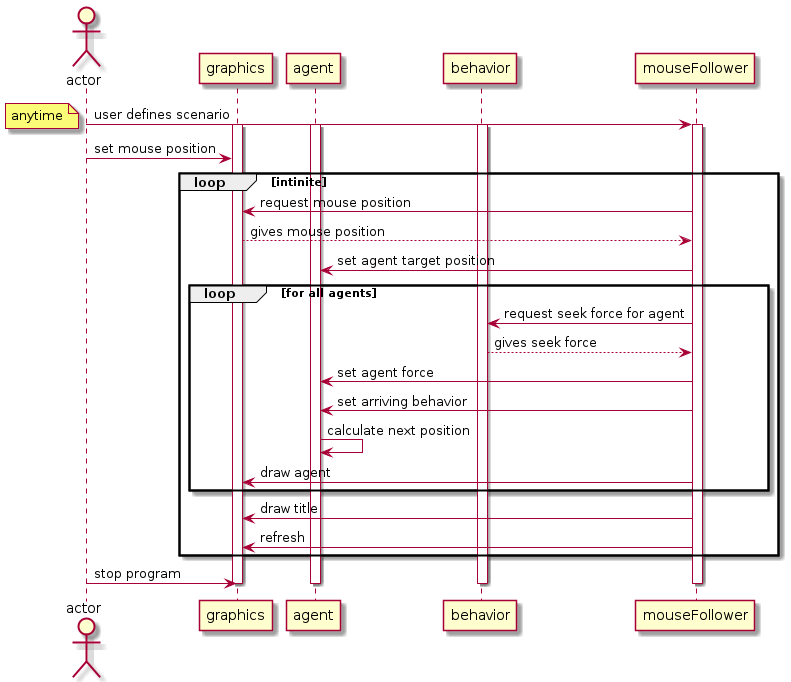
Before: docs/uml/sequence_diagram/mouseFollower_scenario.png, a diagram exported from PlantUML (mehmetrizaoz/autonomousSteeringAgents). The source it was exported from:
```plantuml
@startuml
actor actor as user
participant graphics as view
participant agent as agent
participant behavior as steeringBehavior
participant mouseFollower as mF

user -> mF: user defines scenario
activate mF
activate view
activate agent
activate steeringBehavior
note left: anytime
user -> view:  set mouse position
loop intinite
    mF -> view: request mouse position
    view --> mF: gives mouse position
    mF -> agent: set agent target position
    loop for all agents
    mF -> steeringBehavior: request seek force for agent
    steeringBehavior --> mF: gives seek force
    mF -> agent: set agent force
    mF -> agent: set arriving behavior
    agent -> agent: calculate next position
    mF -> view: draw agent
    end
    mF -> view: draw title
    mF -> view: refresh
end
user -> view: stop program
deactivate mF
deactivate view
deactivate agent
deactivate steeringBehavior
@enduml
```
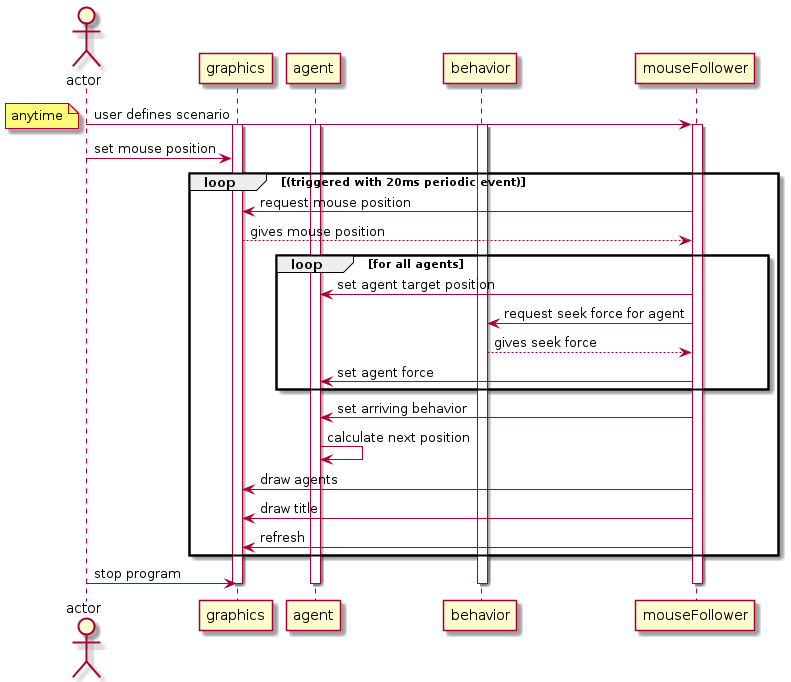
After the commit.

Diff of the diagram source:
```diff
@@ -12,18 +12,18 @@
 activate steeringBehavior
 note left: anytime
 user -> view:  set mouse position
-loop intinite
+loop (triggered with 20ms periodic event)
     mF -> view: request mouse position
     view --> mF: gives mouse position
-    mF -> agent: set agent target position
     loop for all agents
-    mF -> steeringBehavior: request seek force for agent
-    steeringBehavior --> mF: gives seek force
-    mF -> agent: set agent force
+        mF -> agent: set agent target position
+        mF -> steeringBehavior: request seek force for agent
+        steeringBehavior --> mF: gives seek force
+        mF -> agent: set agent force
+    end
     mF -> agent: set arriving behavior
     agent -> agent: calculate next position
-    mF -> view: draw agent
-    end
+    mF -> view: draw agents
     mF -> view: draw title
     mF -> view: refresh
 end
```
